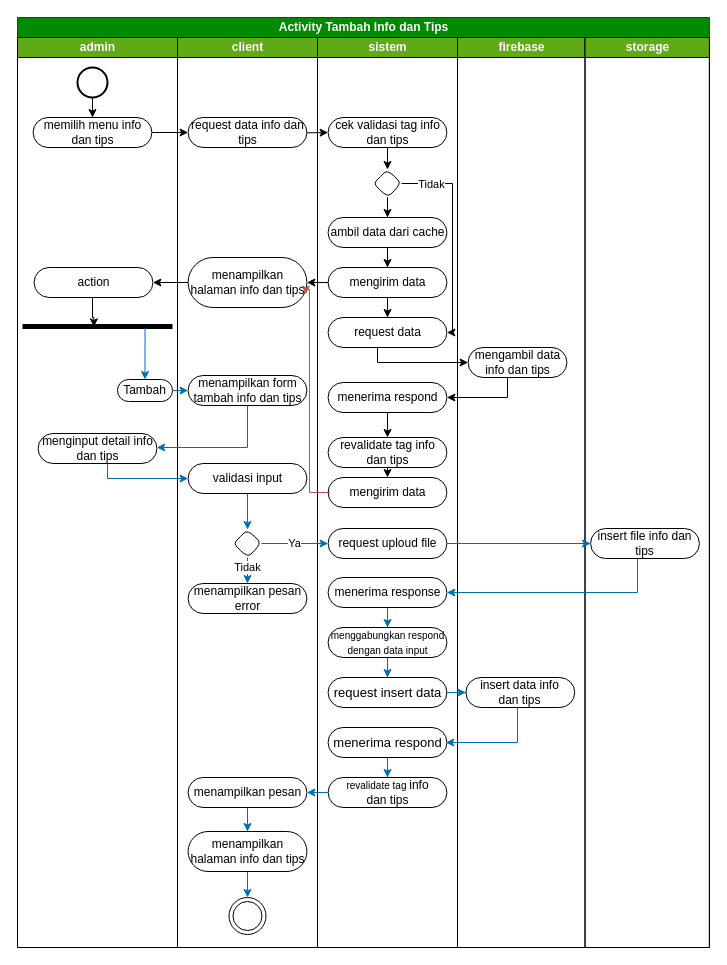
This is page "activity tambah info dan tips" (23 of 43) of skrpsian.drawio from ThikerXCX/umltoko, a draw.io file, before an edit. Source tidied: cells renumbered, new cells numbered last; positions are measured from the earlier drawing's top-left corner, leaving out a move shared by most shapes. Both pictures are drawn from the tidied source at 100%, with x=0, y=0 at pixel (17, 17).
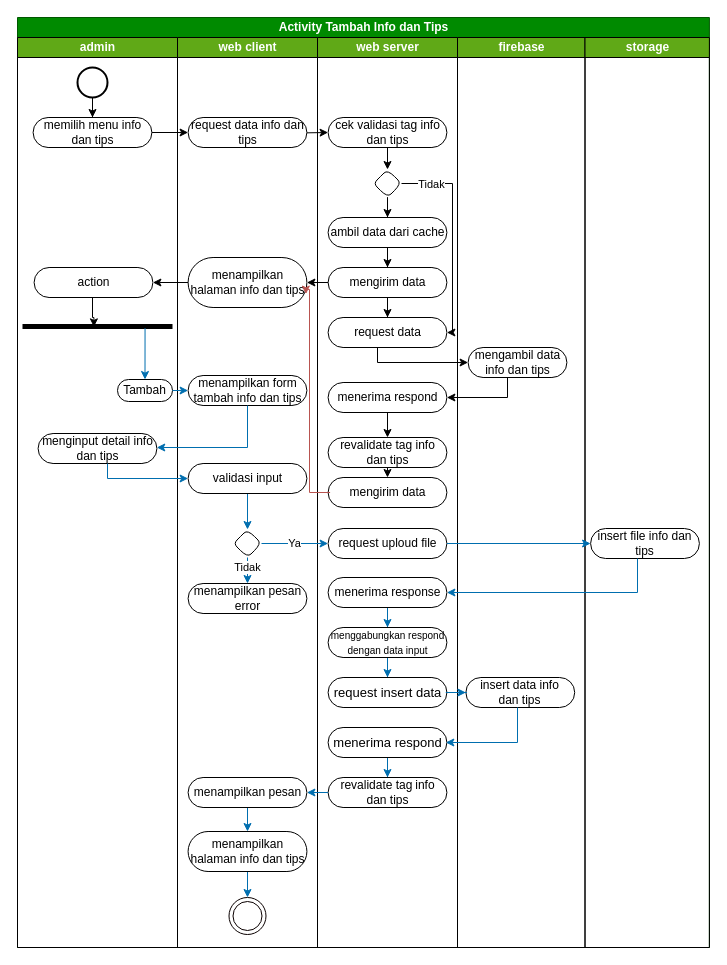
Above is the later version.

Unchanged cells that the change refers to:
```xml
<mxCell id="2" value="Activity Tambah Info dan Tips" style="swimlane;startSize=20;html=1;fillColor=#008a00;fontColor=#ffffff;strokeColor=#005700;" parent="1" vertex="1">
  <mxGeometry width="691.9" height="930" as="geometry" />
</mxCell>
```

The edit, as a diff of the source:
```diff
@@
-    <mxCell id="13" value="client" style="swimlane;startSize=20;html=1;fillColor=#60a917;fontColor=#ffffff;strokeColor=#000000;" parent="2" vertex="1">
+    <mxCell id="13" value="web client" style="swimlane;startSize=20;html=1;fillColor=#60a917;fontColor=#ffffff;strokeColor=#000000;" parent="2" vertex="1">
       <mxGeometry x="160" y="20" width="140" height="910" as="geometry" />
     </mxCell>
@@
-    <mxCell id="28" value="sistem" style="swimlane;startSize=20;html=1;fillColor=#60a917;fontColor=#ffffff;strokeColor=#000000;" parent="2" vertex="1">
+    <mxCell id="28" value="web server" style="swimlane;startSize=20;html=1;fillColor=#60a917;fontColor=#ffffff;strokeColor=#000000;" parent="2" vertex="1">
       <mxGeometry x="300" y="20" width="140" height="910" as="geometry" />
     </mxCell>
@@
-    <mxCell id="53" value="&lt;font style=&quot;font-size: 10px;&quot;&gt;revalidate tag&amp;nbsp;&lt;/font&gt;info&lt;div&gt;dan tips&lt;/div&gt;" style="rounded=1;whiteSpace=wrap;html=1;arcSize=50;fillColor=none;" parent="28" vertex="1">
+    <mxCell id="53" value="&lt;font style=&quot;font-size: 12px;&quot;&gt;revalidate tag&lt;/font&gt;&lt;font style=&quot;font-size: 10px;&quot;&gt;&amp;nbsp;&lt;/font&gt;info&lt;div&gt;dan tips&lt;/div&gt;" style="rounded=1;whiteSpace=wrap;html=1;arcSize=50;fillColor=none;" parent="28" vertex="1">
       <mxGeometry x="10.6" y="740" width="118.8" height="30" as="geometry" />
     </mxCell>
```
